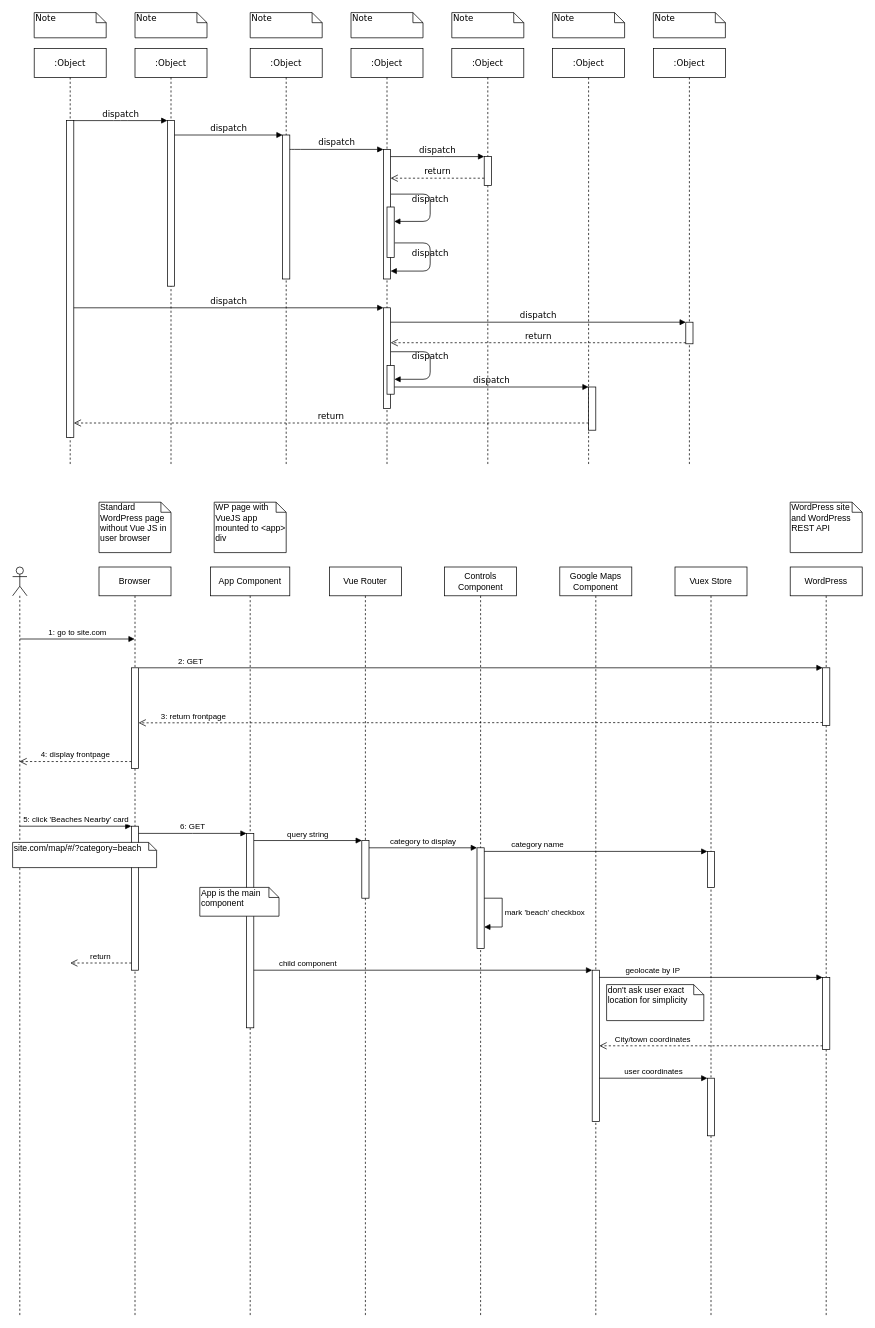
Above: welcome-dog.drawio in kpoxo6op/docs (draw.io), before the change. Source tidied: cells renumbered, new cells numbered last; positions are measured from the earlier drawing's top-left corner, leaving out a move shared by most shapes. Both pictures are drawn from the tidied source at 72%, with x=0, y=0 at pixel (12, 12).
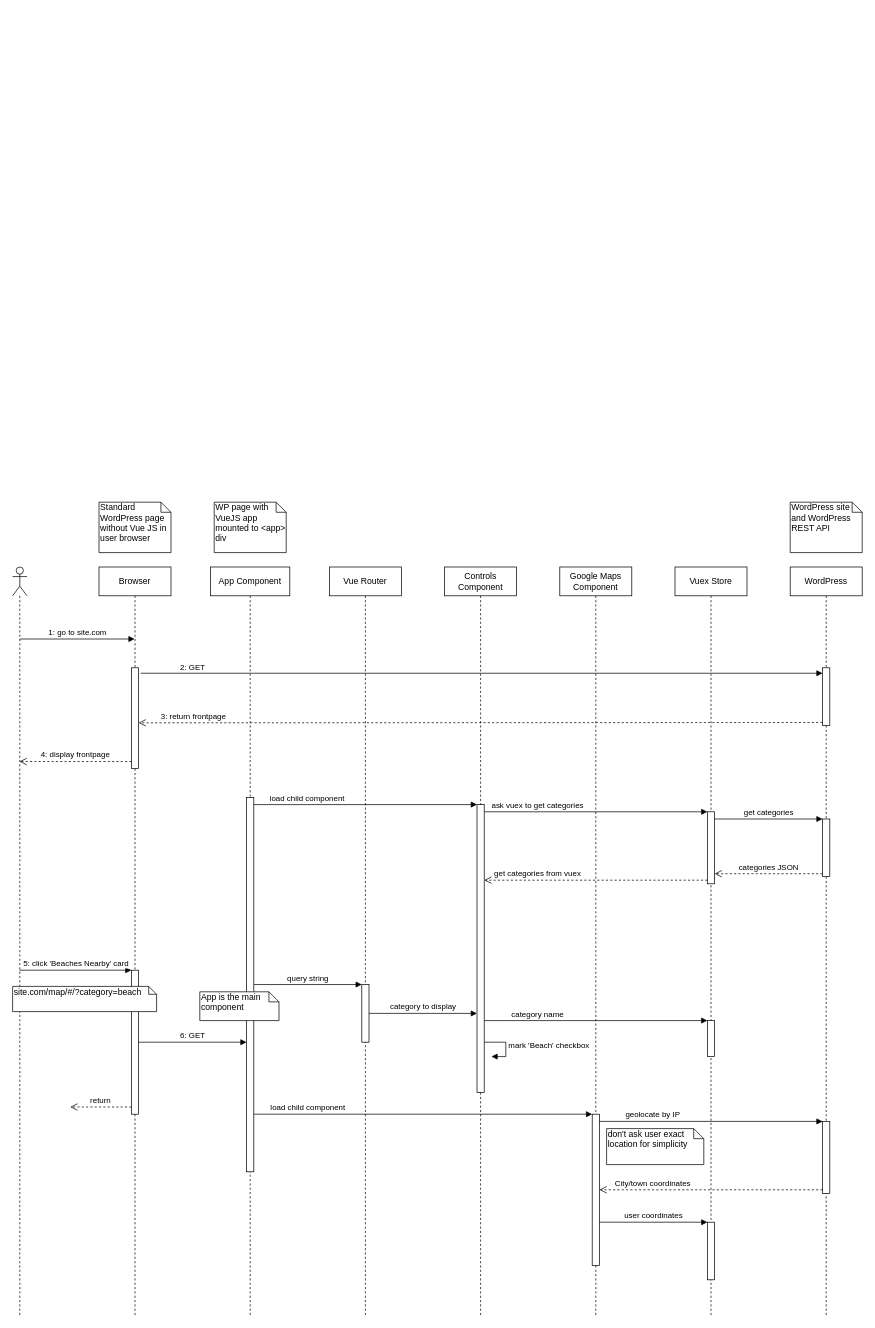
The same page after the edit.

Unchanged cells that the change refers to:
```xml
<mxCell id="40" value="Browser" style="shape=umlLifeline;perimeter=lifelinePerimeter;whiteSpace=wrap;html=1;outlineConnect=0;" parent="1" vertex="1">
  <mxGeometry x="120" y="770" width="100" height="1040" as="geometry" />
</mxCell>
<mxCell id="41" style="html=1;points=[];perimeter=orthogonalPerimeter;" parent="40" vertex="1">
  <mxGeometry x="45" y="140" width="10" height="140" as="geometry" />
</mxCell>
<mxCell id="44" value="WordPress" style="shape=umlLifeline;perimeter=lifelinePerimeter;whiteSpace=wrap;html=1;" parent="1" vertex="1">
  <mxGeometry x="1080" y="770" width="100" height="1040" as="geometry" />
</mxCell>
<mxCell id="45" style="html=1;points=[];perimeter=orthogonalPerimeter;" parent="44" vertex="1">
  <mxGeometry x="45" y="140" width="10" height="80" as="geometry" />
</mxCell>
<mxCell id="50" value="Vuex Store" style="shape=umlLifeline;perimeter=lifelinePerimeter;whiteSpace=wrap;html=1;" parent="1" vertex="1">
  <mxGeometry x="920" y="770" width="100" height="1040" as="geometry" />
</mxCell>
<mxCell id="53" value="Vue Router" style="shape=umlLifeline;perimeter=lifelinePerimeter;whiteSpace=wrap;html=1;" parent="1" vertex="1">
  <mxGeometry x="440" y="770" width="100" height="1040" as="geometry" />
</mxCell>
<mxCell id="55" value="Controls Component" style="shape=umlLifeline;perimeter=lifelinePerimeter;whiteSpace=wrap;html=1;" parent="1" vertex="1">
  <mxGeometry x="600" y="770" width="100" height="1040" as="geometry" />
</mxCell>
<mxCell id="58" value="Google Maps Component" style="shape=umlLifeline;perimeter=lifelinePerimeter;whiteSpace=wrap;html=1;" parent="1" vertex="1">
  <mxGeometry x="760" y="770" width="100" height="1040" as="geometry" />
</mxCell>
<mxCell id="67" value="App Component" style="shape=umlLifeline;perimeter=lifelinePerimeter;whiteSpace=wrap;html=1;" parent="1" vertex="1">
  <mxGeometry x="275" y="770" width="110" height="1040" as="geometry" />
</mxCell>
```

Diff of the diagram source:
```diff
@@
-    <mxCell id="2" value=":Object" style="shape=umlLifeline;perimeter=lifelinePerimeter;whiteSpace=wrap;html=1;shadow=0;comic=0;labelBackgroundColor=none;strokeWidth=1;fontFamily=Verdana;fontSize=12;align=center;" parent="1" vertex="1">
-      <mxGeometry x="170" y="50" width="100" height="580" as="geometry" />
-    </mxCell>
-    <mxCell id="3" style="html=1;points=[];perimeter=orthogonalPerimeter;shadow=0;comic=0;labelBackgroundColor=none;strokeWidth=1;fontFamily=Verdana;fontSize=12;align=center;" parent="2" vertex="1">
-      <mxGeometry x="45" y="100" width="10" height="230" as="geometry" />
-    </mxCell>
-    <mxCell id="4" value=":Object" style="shape=umlLifeline;perimeter=lifelinePerimeter;whiteSpace=wrap;html=1;shadow=0;comic=0;labelBackgroundColor=none;strokeWidth=1;fontFamily=Verdana;fontSize=12;align=center;" parent="1" vertex="1">
-      <mxGeometry x="330" y="50" width="100" height="580" as="geometry" />
-    </mxCell>
-    <mxCell id="5" style="html=1;points=[];perimeter=orthogonalPerimeter;shadow=0;comic=0;labelBackgroundColor=none;strokeWidth=1;fontFamily=Verdana;fontSize=12;align=center;" parent="4" vertex="1">
-      <mxGeometry x="45" y="120" width="10" height="200" as="geometry" />
-    </mxCell>
-    <mxCell id="6" value=":Object" style="shape=umlLifeline;perimeter=lifelinePerimeter;whiteSpace=wrap;html=1;shadow=0;comic=0;labelBackgroundColor=none;strokeWidth=1;fontFamily=Verdana;fontSize=12;align=center;" parent="1" vertex="1">
-      <mxGeometry x="470" y="50" width="100" height="580" as="geometry" />
-    </mxCell>
-    <mxCell id="7" value=":Object" style="shape=umlLifeline;perimeter=lifelinePerimeter;whiteSpace=wrap;html=1;shadow=0;comic=0;labelBackgroundColor=none;strokeWidth=1;fontFamily=Verdana;fontSize=12;align=center;" parent="1" vertex="1">
-      <mxGeometry x="610" y="50" width="100" height="580" as="geometry" />
-    </mxCell>
-    <mxCell id="8" value=":Object" style="shape=umlLifeline;perimeter=lifelinePerimeter;whiteSpace=wrap;html=1;shadow=0;comic=0;labelBackgroundColor=none;strokeWidth=1;fontFamily=Verdana;fontSize=12;align=center;" parent="1" vertex="1">
-      <mxGeometry x="750" y="50" width="100" height="580" as="geometry" />
-    </mxCell>
-    <mxCell id="9" value=":Object" style="shape=umlLifeline;perimeter=lifelinePerimeter;whiteSpace=wrap;html=1;shadow=0;comic=0;labelBackgroundColor=none;strokeWidth=1;fontFamily=Verdana;fontSize=12;align=center;" parent="1" vertex="1">
-      <mxGeometry x="890" y="50" width="100" height="580" as="geometry" />
-    </mxCell>
-    <mxCell id="10" value=":Object" style="shape=umlLifeline;perimeter=lifelinePerimeter;whiteSpace=wrap;html=1;shadow=0;comic=0;labelBackgroundColor=none;strokeWidth=1;fontFamily=Verdana;fontSize=12;align=center;" parent="1" vertex="1">
-      <mxGeometry x="30" y="50" width="100" height="580" as="geometry" />
-    </mxCell>
-    <mxCell id="11" style="html=1;points=[];perimeter=orthogonalPerimeter;shadow=0;comic=0;labelBackgroundColor=none;strokeWidth=1;fontFamily=Verdana;fontSize=12;align=center;" parent="10" vertex="1">
-      <mxGeometry x="45" y="100" width="10" height="440" as="geometry" />
-    </mxCell>
-    <mxCell id="12" style="html=1;points=[];perimeter=orthogonalPerimeter;shadow=0;comic=0;labelBackgroundColor=none;strokeWidth=1;fontFamily=Verdana;fontSize=12;align=center;" parent="1" vertex="1">
-      <mxGeometry x="515" y="190" width="10" height="180" as="geometry" />
-    </mxCell>
-    <mxCell id="13" value="dispatch" style="html=1;verticalAlign=bottom;endArrow=block;labelBackgroundColor=none;fontFamily=Verdana;fontSize=12;edgeStyle=elbowEdgeStyle;elbow=vertical;" parent="1" edge="1" source="5" target="12">
-      <mxGeometry relative="1" as="geometry">
-        <Array as="points">
-          <mxPoint x="390" y="190" />
-        </Array>
-      </mxGeometry>
-    </mxCell>
-    <mxCell id="14" style="html=1;points=[];perimeter=orthogonalPerimeter;shadow=0;comic=0;labelBackgroundColor=none;strokeWidth=1;fontFamily=Verdana;fontSize=12;align=center;" parent="1" vertex="1">
-      <mxGeometry x="655" y="200" width="10" height="40" as="geometry" />
-    </mxCell>
-    <mxCell id="15" value="dispatch" style="html=1;verticalAlign=bottom;endArrow=block;entryX=0;entryY=0;labelBackgroundColor=none;fontFamily=Verdana;fontSize=12;edgeStyle=elbowEdgeStyle;elbow=vertical;" parent="1" edge="1" source="12" target="14">
-      <mxGeometry relative="1" as="geometry" />
-    </mxCell>
-    <mxCell id="16" value="return" style="html=1;verticalAlign=bottom;endArrow=open;dashed=1;endSize=8;labelBackgroundColor=none;fontFamily=Verdana;fontSize=12;edgeStyle=elbowEdgeStyle;elbow=vertical;" parent="1" edge="1" source="14" target="12">
-      <mxGeometry relative="1" as="geometry">
-        <Array as="points">
-          <mxPoint x="600" y="230" />
-          <mxPoint x="630" y="230" />
-        </Array>
-      </mxGeometry>
-    </mxCell>
-    <mxCell id="17" style="html=1;points=[];perimeter=orthogonalPerimeter;shadow=0;comic=0;labelBackgroundColor=none;strokeWidth=1;fontFamily=Verdana;fontSize=12;align=center;" parent="1" vertex="1">
-      <mxGeometry x="515" y="410" width="10" height="140" as="geometry" />
-    </mxCell>
-    <mxCell id="18" value="dispatch" style="html=1;verticalAlign=bottom;endArrow=block;entryX=0;entryY=0;labelBackgroundColor=none;fontFamily=Verdana;fontSize=12;" parent="1" edge="1" source="11" target="17">
-      <mxGeometry relative="1" as="geometry" />
-    </mxCell>
-    <mxCell id="19" style="html=1;points=[];perimeter=orthogonalPerimeter;shadow=0;comic=0;labelBackgroundColor=none;strokeColor=#000000;strokeWidth=1;fillColor=#FFFFFF;fontFamily=Verdana;fontSize=12;fontColor=#000000;align=center;" parent="1" vertex="1">
-      <mxGeometry x="935" y="430" width="10" height="30" as="geometry" />
-    </mxCell>
-    <mxCell id="20" value="dispatch" style="html=1;verticalAlign=bottom;endArrow=block;entryX=0;entryY=0;labelBackgroundColor=none;fontFamily=Verdana;fontSize=12;" parent="1" edge="1" source="17" target="19">
-      <mxGeometry relative="1" as="geometry" />
-    </mxCell>
-    <mxCell id="21" value="return" style="html=1;verticalAlign=bottom;endArrow=open;dashed=1;endSize=8;exitX=0;exitY=0.95;labelBackgroundColor=none;fontFamily=Verdana;fontSize=12;" parent="1" edge="1" source="19" target="17">
-      <mxGeometry relative="1" as="geometry" />
-    </mxCell>
-    <mxCell id="22" style="html=1;points=[];perimeter=orthogonalPerimeter;shadow=0;comic=0;labelBackgroundColor=none;strokeWidth=1;fontFamily=Verdana;fontSize=12;align=center;" parent="1" vertex="1">
-      <mxGeometry x="800" y="520" width="10" height="60" as="geometry" />
-    </mxCell>
-    <mxCell id="23" value="dispatch" style="html=1;verticalAlign=bottom;endArrow=block;entryX=0;entryY=0;labelBackgroundColor=none;fontFamily=Verdana;fontSize=12;edgeStyle=elbowEdgeStyle;elbow=vertical;" parent="1" edge="1" source="30" target="22">
-      <mxGeometry relative="1" as="geometry" />
-    </mxCell>
-    <mxCell id="24" value="return" style="html=1;verticalAlign=bottom;endArrow=open;dashed=1;endSize=8;labelBackgroundColor=none;fontFamily=Verdana;fontSize=12;edgeStyle=elbowEdgeStyle;elbow=vertical;" parent="1" edge="1" source="22" target="11">
-      <mxGeometry relative="1" as="geometry">
-        <Array as="points">
-          <mxPoint x="500" y="570" />
-        </Array>
-      </mxGeometry>
-    </mxCell>
-    <mxCell id="25" value="dispatch" style="html=1;verticalAlign=bottom;endArrow=block;entryX=0;entryY=0;labelBackgroundColor=none;fontFamily=Verdana;fontSize=12;edgeStyle=elbowEdgeStyle;elbow=vertical;" parent="1" edge="1" source="11" target="3">
-      <mxGeometry relative="1" as="geometry" />
-    </mxCell>
-    <mxCell id="26" value="dispatch" style="html=1;verticalAlign=bottom;endArrow=block;entryX=0;entryY=0;labelBackgroundColor=none;fontFamily=Verdana;fontSize=12;edgeStyle=elbowEdgeStyle;elbow=vertical;" parent="1" edge="1" source="3" target="5">
-      <mxGeometry relative="1" as="geometry" />
-    </mxCell>
-    <mxCell id="27" style="html=1;points=[];perimeter=orthogonalPerimeter;shadow=0;comic=0;labelBackgroundColor=none;strokeWidth=1;fontFamily=Verdana;fontSize=12;align=center;" parent="1" vertex="1">
-      <mxGeometry x="520" y="270" width="10" height="70" as="geometry" />
-    </mxCell>
-    <mxCell id="28" value="dispatch" style="html=1;verticalAlign=bottom;endArrow=block;labelBackgroundColor=none;fontFamily=Verdana;fontSize=12;elbow=vertical;edgeStyle=orthogonalEdgeStyle;entryX=1;entryY=0.286;entryPerimeter=0;exitX=1.038;exitY=0.345;exitPerimeter=0;" parent="1" edge="1" source="12" target="27">
-      <mxGeometry relative="1" as="geometry">
-        <Array as="points">
-          <mxPoint x="580" y="252" />
-          <mxPoint x="580" y="290" />
-        </Array>
-      </mxGeometry>
-    </mxCell>
-    <mxCell id="29" value="dispatch" style="html=1;verticalAlign=bottom;endArrow=block;labelBackgroundColor=none;fontFamily=Verdana;fontSize=12;elbow=vertical;edgeStyle=orthogonalEdgeStyle;exitX=1.066;exitY=0.713;exitPerimeter=0;" parent="1" edge="1" source="27">
-      <mxGeometry relative="1" as="geometry">
-        <mxPoint x="525" y="359" as="targetPoint" />
-        <Array as="points">
-          <mxPoint x="580" y="320" />
-          <mxPoint x="580" y="359" />
-        </Array>
-      </mxGeometry>
-    </mxCell>
-    <mxCell id="30" style="html=1;points=[];perimeter=orthogonalPerimeter;shadow=0;comic=0;labelBackgroundColor=none;strokeWidth=1;fontFamily=Verdana;fontSize=12;align=center;" parent="1" vertex="1">
-      <mxGeometry x="520" y="490" width="10" height="40" as="geometry" />
-    </mxCell>
-    <mxCell id="31" value="dispatch" style="html=1;verticalAlign=bottom;endArrow=block;labelBackgroundColor=none;fontFamily=Verdana;fontSize=12;elbow=vertical;edgeStyle=orthogonalEdgeStyle;entryX=1;entryY=0.286;entryPerimeter=0;exitX=1.038;exitY=0.345;exitPerimeter=0;" parent="1" edge="1">
-      <mxGeometry relative="1" as="geometry">
-        <mxPoint x="525.3" y="471" as="sourcePoint" />
-        <mxPoint x="530.3" y="509.3" as="targetPoint" />
-        <Array as="points">
-          <mxPoint x="580" y="471" />
-          <mxPoint x="580" y="509" />
-        </Array>
-      </mxGeometry>
-    </mxCell>
-    <mxCell id="32" value="Note" style="shape=note;whiteSpace=wrap;html=1;size=14;verticalAlign=top;align=left;spacingTop=-6;shadow=0;comic=0;labelBackgroundColor=none;strokeWidth=1;fontFamily=Verdana;fontSize=12;" parent="1" vertex="1">
-      <mxGeometry x="30" width="100" height="35" as="geometry" />
-    </mxCell>
-    <mxCell id="33" value="Note" style="shape=note;whiteSpace=wrap;html=1;size=14;verticalAlign=top;align=left;spacingTop=-6;shadow=0;comic=0;labelBackgroundColor=none;strokeWidth=1;fontFamily=Verdana;fontSize=12;" parent="1" vertex="1">
-      <mxGeometry x="170" width="100" height="35" as="geometry" />
-    </mxCell>
-    <mxCell id="34" value="Note" style="shape=note;whiteSpace=wrap;html=1;size=14;verticalAlign=top;align=left;spacingTop=-6;shadow=0;comic=0;labelBackgroundColor=none;strokeWidth=1;fontFamily=Verdana;fontSize=12;" parent="1" vertex="1">
-      <mxGeometry x="330" width="100" height="35" as="geometry" />
-    </mxCell>
-    <mxCell id="35" value="Note" style="shape=note;whiteSpace=wrap;html=1;size=14;verticalAlign=top;align=left;spacingTop=-6;shadow=0;comic=0;labelBackgroundColor=none;strokeWidth=1;fontFamily=Verdana;fontSize=12;" parent="1" vertex="1">
-      <mxGeometry x="470" width="100" height="35" as="geometry" />
-    </mxCell>
-    <mxCell id="36" value="Note" style="shape=note;whiteSpace=wrap;html=1;size=14;verticalAlign=top;align=left;spacingTop=-6;shadow=0;comic=0;labelBackgroundColor=none;strokeWidth=1;fontFamily=Verdana;fontSize=12;" parent="1" vertex="1">
-      <mxGeometry x="610" width="100" height="35" as="geometry" />
-    </mxCell>
-    <mxCell id="37" value="Note" style="shape=note;whiteSpace=wrap;html=1;size=14;verticalAlign=top;align=left;spacingTop=-6;shadow=0;comic=0;labelBackgroundColor=none;strokeWidth=1;fontFamily=Verdana;fontSize=12;" parent="1" vertex="1">
-      <mxGeometry x="750" width="100" height="35" as="geometry" />
-    </mxCell>
-    <mxCell id="38" value="Note" style="shape=note;whiteSpace=wrap;html=1;size=14;verticalAlign=top;align=left;spacingTop=-6;shadow=0;comic=0;labelBackgroundColor=none;strokeWidth=1;fontFamily=Verdana;fontSize=12;" parent="1" vertex="1">
-      <mxGeometry x="890" width="100" height="35" as="geometry" />
-    </mxCell>
@@
     <mxCell id="42" style="html=1;points=[];perimeter=orthogonalPerimeter;" parent="40" vertex="1">
-      <mxGeometry x="45" y="360" width="10" height="200" as="geometry" />
+      <mxGeometry x="45" y="560" width="10" height="200" as="geometry" />
     </mxCell>
     <mxCell id="43" value="return" style="html=1;verticalAlign=bottom;endArrow=open;dashed=1;endSize=8;exitX=0;exitY=0.95;" parent="40" edge="1" source="42">
       <mxGeometry relative="1" as="geometry">
-        <mxPoint x="-40" y="550" as="targetPoint" />
+        <mxPoint x="-40" y="750" as="targetPoint" />
       </mxGeometry>
     </mxCell>
@@
     <mxCell id="46" style="html=1;points=[];perimeter=orthogonalPerimeter;" parent="44" vertex="1">
-      <mxGeometry x="45" y="570" width="10" height="100" as="geometry" />
+      <mxGeometry x="45" y="770" width="10" height="100" as="geometry" />
     </mxCell>
+    <mxCell id="78" style="html=1;points=[];perimeter=orthogonalPerimeter;" parent="44" vertex="1">
+      <mxGeometry x="45" y="350" width="10" height="80" as="geometry" />
+    </mxCell>
-    <mxCell id="47" value="2: GET" style="html=1;verticalAlign=bottom;endArrow=block;entryX=0;entryY=0;" parent="1" edge="1" source="41" target="45">
+    <mxCell id="47" value="2: GET" style="html=1;verticalAlign=bottom;endArrow=block;exitX=1.297;exitY=0.054;exitDx=0;exitDy=0;exitPerimeter=0;" parent="1" edge="1" source="41" target="45">
       <mxGeometry x="-0.85" relative="1" as="geometry">
         <mxPoint x="1" as="offset" />
       </mxGeometry>
     </mxCell>
@@
     <mxCell id="51" style="html=1;points=[];perimeter=orthogonalPerimeter;" parent="50" vertex="1">
-      <mxGeometry x="45" y="395" width="10" height="50" as="geometry" />
+      <mxGeometry x="45" y="630" width="10" height="50" as="geometry" />
     </mxCell>
     <mxCell id="52" style="html=1;points=[];perimeter=orthogonalPerimeter;" parent="50" vertex="1">
-      <mxGeometry x="45" y="710" width="10" height="80" as="geometry" />
+      <mxGeometry x="45" y="910" width="10" height="80" as="geometry" />
     </mxCell>
+    <mxCell id="79" style="html=1;points=[];perimeter=orthogonalPerimeter;" parent="50" vertex="1">
+      <mxGeometry x="45" y="340" width="10" height="100" as="geometry" />
+    </mxCell>
@@
     <mxCell id="54" style="html=1;points=[];perimeter=orthogonalPerimeter;" parent="53" vertex="1">
-      <mxGeometry x="45" y="380" width="10" height="80" as="geometry" />
+      <mxGeometry x="45" y="580" width="10" height="80" as="geometry" />
     </mxCell>
@@
     <mxCell id="56" style="html=1;points=[];perimeter=orthogonalPerimeter;" parent="55" vertex="1">
-      <mxGeometry x="45" y="390" width="10" height="140" as="geometry" />
+      <mxGeometry x="45" y="330" width="10" height="400" as="geometry" />
     </mxCell>
-    <mxCell id="57" value="&lt;div&gt;mark 'beach' checkbox&lt;/div&gt;" style="edgeStyle=orthogonalEdgeStyle;html=1;align=left;spacingLeft=2;endArrow=block;rounded=0;" parent="55" edge="1" source="56" target="56">
-      <mxGeometry relative="1" as="geometry">
-        <Array as="points">
-          <mxPoint x="80" y="460" />
-          <mxPoint x="80" y="500" />
-        </Array>
-      </mxGeometry>
-    </mxCell>
+    <mxCell id="80" value="mark 'Beach' checkbox" style="edgeStyle=orthogonalEdgeStyle;html=1;align=left;spacingLeft=2;endArrow=block;rounded=0;entryX=1;entryY=0;" parent="55" edge="1" source="56">
+      <mxGeometry relative="1" as="geometry">
+        <mxPoint x="65" y="680" as="targetPoint" />
+        <Array as="points">
+          <mxPoint x="85" y="660" />
+          <mxPoint x="85" y="680" />
+        </Array>
+      </mxGeometry>
+    </mxCell>
@@
     <mxCell id="59" style="html=1;points=[];perimeter=orthogonalPerimeter;" parent="58" vertex="1">
-      <mxGeometry x="45" y="560" width="10" height="210" as="geometry" />
+      <mxGeometry x="45" y="760" width="10" height="210" as="geometry" />
     </mxCell>
-    <mxCell id="60" value="category to display" style="html=1;verticalAlign=bottom;endArrow=block;entryX=0;entryY=0;" parent="1" edge="1" source="54" target="56">
+    <mxCell id="60" value="category to display" style="html=1;verticalAlign=bottom;endArrow=block;" parent="1" edge="1" source="54" target="56">
       <mxGeometry relative="1" as="geometry" />
     </mxCell>
@@
     <mxCell id="68" style="html=1;points=[];perimeter=orthogonalPerimeter;" parent="67" vertex="1">
-      <mxGeometry x="50" y="370" width="10" height="270" as="geometry" />
+      <mxGeometry x="50" y="320" width="10" height="520" as="geometry" />
     </mxCell>
     <mxCell id="69" value="App is the main component" style="shape=note;whiteSpace=wrap;html=1;size=14;verticalAlign=top;align=left;spacingTop=-6;" parent="67" vertex="1">
-      <mxGeometry x="-15" y="445" width="110" height="40" as="geometry" />
+      <mxGeometry x="-15" y="590" width="110" height="40" as="geometry" />
     </mxCell>
@@
     <mxCell id="71" value="6: GET" style="html=1;verticalAlign=bottom;endArrow=block;" parent="1" edge="1" source="42" target="68">
-      <mxGeometry relative="1" as="geometry">
-        <Array as="points">
-          <mxPoint x="260" y="1140" />
-        </Array>
-      </mxGeometry>
+      <mxGeometry relative="1" as="geometry" />
     </mxCell>
     <mxCell id="72" value="site.com/map/#/?category=beach" style="shape=note;whiteSpace=wrap;html=1;size=11;verticalAlign=top;align=left;spacingTop=-6;" parent="1" vertex="1">
-      <mxGeometry y="1152.5" width="200" height="35" as="geometry" />
+      <mxGeometry y="1352.5" width="200" height="35" as="geometry" />
     </mxCell>
-    <mxCell id="73" value="child component" style="html=1;verticalAlign=bottom;endArrow=block;entryX=0;entryY=0;" parent="1" edge="1" source="68" target="59">
+    <mxCell id="73" value="load child component" style="html=1;verticalAlign=bottom;endArrow=block;entryX=0;entryY=0;" parent="1" edge="1" source="68" target="59">
       <mxGeometry x="-0.68" relative="1" as="geometry" />
     </mxCell>
@@
     <mxCell id="76" value="don't ask user exact location for simplicity" style="shape=note;whiteSpace=wrap;html=1;size=14;verticalAlign=top;align=left;spacingTop=-6;" parent="1" vertex="1">
-      <mxGeometry x="825" y="1350" width="135" height="50" as="geometry" />
+      <mxGeometry x="825" y="1550" width="135" height="50" as="geometry" />
     </mxCell>
@@
+    <mxCell id="81" value="load child component" style="html=1;verticalAlign=bottom;endArrow=block;" parent="1" edge="1" target="56">
+      <mxGeometry x="-0.52" relative="1" as="geometry">
+        <mxPoint x="335" y="1100" as="sourcePoint" />
+      </mxGeometry>
+    </mxCell>
+    <mxCell id="82" value="ask vuex to get categories" style="html=1;verticalAlign=bottom;endArrow=block;entryX=0;entryY=0;" parent="1" edge="1" source="56" target="79">
+      <mxGeometry x="-0.52" relative="1" as="geometry" />
+    </mxCell>
+    <mxCell id="83" value="get categories" style="html=1;verticalAlign=bottom;endArrow=block;entryX=0;entryY=0;" parent="1" edge="1" source="79" target="78">
+      <mxGeometry relative="1" as="geometry" />
+    </mxCell>
+    <mxCell id="84" value="categories JSON" style="html=1;verticalAlign=bottom;endArrow=open;dashed=1;endSize=8;exitX=0;exitY=0.95;" parent="1" edge="1" source="78" target="79">
+      <mxGeometry relative="1" as="geometry" />
+    </mxCell>
+    <mxCell id="85" value="get categories from vuex" style="html=1;verticalAlign=bottom;endArrow=open;dashed=1;endSize=8;exitX=0;exitY=0.95;" parent="1" edge="1" source="79" target="56">
+      <mxGeometry x="0.52" relative="1" as="geometry" />
+    </mxCell>
```
